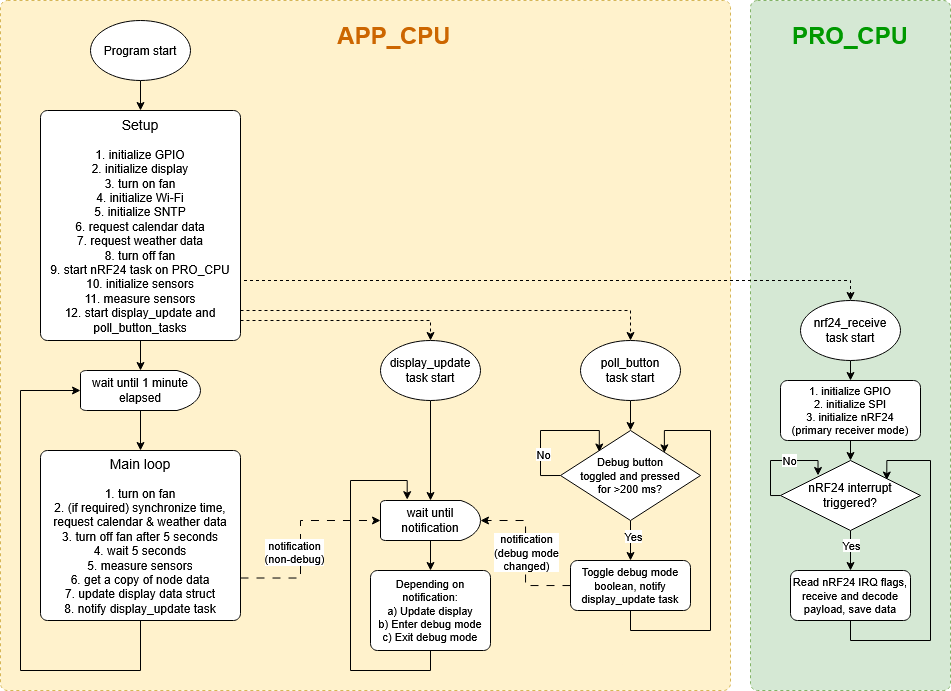
Before: docs/images/HAMS_hub_FW_flowchart.png, a diagram exported from draw.io (JakubFranek/Home-Air-Monitoring-System). Source tidied: cells renumbered, new cells last; positions are measured from the earlier drawing's top-left corner, leaving out a move shared by most shapes.
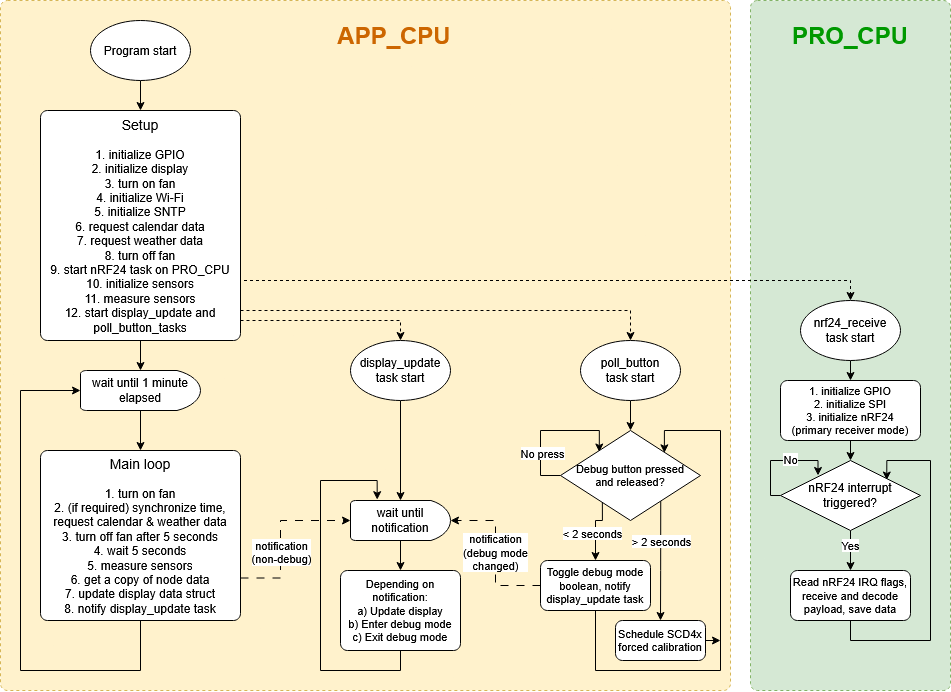
The same file after the commit.

Diff of the diagram source:
```diff
@@ -39,7 +39,7 @@
       <mxGeometry relative="1" as="geometry">
         <mxPoint x="240" y="320" as="sourcePoint" />
         <Array as="points">
-          <mxPoint x="430" y="320" />
+          <mxPoint x="400" y="320" />
         </Array>
       </mxGeometry>
     </mxCell>
@@ -47,7 +47,7 @@
       <mxGeometry relative="1" as="geometry" />
     </mxCell>
     <mxCell id="12" value="display_update task start" style="strokeWidth=1;html=1;shape=mxgraph.flowchart.start_1;whiteSpace=wrap;" parent="1" vertex="1">
-      <mxGeometry x="380" y="340" width="100" height="60" as="geometry" />
+      <mxGeometry x="350" y="340" width="100" height="60" as="geometry" />
     </mxCell>
     <mxCell id="13" style="edgeStyle=orthogonalEdgeStyle;rounded=0;jettySize=auto;html=1;entryX=0.5;entryY=0;entryDx=0;entryDy=0;entryPerimeter=0;exitX=0.5;exitY=1;exitDx=0;exitDy=0;exitPerimeter=0;" parent="1" edge="1" source="14" target="29">
       <mxGeometry relative="1" as="geometry" />
@@ -79,14 +79,14 @@
     <mxCell id="20" style="edgeStyle=orthogonalEdgeStyle;rounded=0;jettySize=auto;html=1;dashed=1;dashPattern=8 8;entryX=0;entryY=0.5;entryDx=0;entryDy=0;entryPerimeter=0;exitX=1;exitY=0.75;exitDx=0;exitDy=0;" parent="1" edge="1" source="22" target="24">
       <mxGeometry relative="1" as="geometry">
         <Array as="points">
-          <mxPoint x="300" y="578" />
-          <mxPoint x="300" y="520" />
+          <mxPoint x="280" y="578" />
+          <mxPoint x="280" y="520" />
         </Array>
       </mxGeometry>
     </mxCell>
     <mxCell id="21" value="notification&lt;br&gt;(non-debug)" style="edgeLabel;html=1;align=center;verticalAlign=middle;" parent="20" vertex="1">
       <mxGeometry x="0.17" y="-3" relative="1" as="geometry">
-        <mxPoint x="-10" y="29" as="offset" />
+        <mxPoint y="29" as="offset" />
       </mxGeometry>
     </mxCell>
     <mxCell id="22" value="&lt;div&gt;&lt;font style=&quot;font-size: 14px;&quot;&gt;Main loop&lt;/font&gt;&lt;br&gt;&lt;br&gt;1. turn on fan&lt;/div&gt;&lt;div&gt;2. (if required) synchronize time, request calendar &amp;amp; weather data&lt;br&gt;3. turn off fan after 5 seconds&lt;/div&gt;&lt;div&gt;4. wait 5 seconds&lt;/div&gt;&lt;div&gt;5. measure sensors&lt;/div&gt;&lt;div&gt;6. get a copy of node data&lt;/div&gt;&lt;div&gt;7. update display data struct&lt;/div&gt;&lt;div&gt;8. notify display_update task&lt;/div&gt;" style="rounded=1;whiteSpace=wrap;html=1;absoluteArcSize=1;arcSize=14;strokeWidth=1;" parent="1" vertex="1">
@@ -96,7 +96,7 @@
       <mxGeometry relative="1" as="geometry" />
     </mxCell>
     <mxCell id="24" value="wait until notification" style="strokeWidth=1;html=1;shape=mxgraph.flowchart.delay;whiteSpace=wrap;" parent="1" vertex="1">
-      <mxGeometry x="380" y="500" width="100" height="40" as="geometry" />
+      <mxGeometry x="350" y="500" width="100" height="40" as="geometry" />
     </mxCell>
     <mxCell id="25" style="edgeStyle=orthogonalEdgeStyle;rounded=0;orthogonalLoop=1;jettySize=auto;html=1;exitX=0;exitY=0.5;exitDx=0;exitDy=0;exitPerimeter=0;entryX=0.277;entryY=0.239;entryDx=0;entryDy=0;entryPerimeter=0;" parent="1" edge="1" source="29" target="29">
       <mxGeometry relative="1" as="geometry">
@@ -107,18 +107,31 @@
         </Array>
       </mxGeometry>
     </mxCell>
-    <mxCell id="26" value="No" style="edgeLabel;html=1;align=center;verticalAlign=middle;" parent="25" vertex="1">
+    <mxCell id="26" value="No press" style="edgeLabel;html=1;align=center;verticalAlign=middle;" parent="25" vertex="1">
       <mxGeometry x="-0.18" y="-2" relative="1" as="geometry">
         <mxPoint y="18" as="offset" />
       </mxGeometry>
     </mxCell>
-    <mxCell id="27" style="edgeStyle=orthogonalEdgeStyle;rounded=0;jettySize=auto;html=1;entryX=0.5;entryY=0;entryDx=0;entryDy=0;" parent="1" edge="1" source="29" target="33">
-      <mxGeometry relative="1" as="geometry" />
+    <mxCell id="27" style="edgeStyle=orthogonalEdgeStyle;rounded=0;jettySize=auto;html=1;entryX=0.5;entryY=0;entryDx=0;entryDy=0;exitX=0.299;exitY=0.789;exitDx=0;exitDy=0;exitPerimeter=0;" parent="1" edge="1" source="29" target="33">
+      <mxGeometry relative="1" as="geometry">
+        <Array as="points">
+          <mxPoint x="602" y="520" />
+          <mxPoint x="595" y="520" />
+        </Array>
+      </mxGeometry>
     </mxCell>
-    <mxCell id="28" value="Yes" style="edgeLabel;html=1;align=center;verticalAlign=middle;" parent="27" vertex="1">
-      <mxGeometry x="-0.22" y="2" relative="1" as="geometry" />
+    <mxCell id="28" value="&amp;lt; 2 seconds" style="edgeLabel;html=1;align=center;verticalAlign=middle;" parent="27" vertex="1">
+      <mxGeometry x="-0.22" y="2" relative="1" as="geometry">
+        <mxPoint x="-5" y="13" as="offset" />
+      </mxGeometry>
     </mxCell>
+    <mxCell id="47" style="edgeStyle=orthogonalEdgeStyle;rounded=0;jettySize=auto;html=1;exitX=0.716;exitY=0.78;exitDx=0;exitDy=0;exitPerimeter=0;entryX=0.5;entryY=0;entryDx=0;entryDy=0;" parent="1" edge="1" source="29" target="50">
+      <mxGeometry relative="1" as="geometry" />
+    </mxCell>
+    <mxCell id="48" value="&amp;gt; 2 seconds" style="edgeLabel;html=1;align=center;verticalAlign=middle;" parent="47" vertex="1">
+      <mxGeometry x="-0.34" relative="1" as="geometry" />
+    </mxCell>
-    <mxCell id="29" value="Debug button&lt;br&gt;toggled and pressed&lt;br&gt;for &amp;gt;200 ms?" style="strokeWidth=1;html=1;shape=mxgraph.flowchart.decision;whiteSpace=wrap;fontSize=11;" parent="1" vertex="1">
+    <mxCell id="29" value="Debug button pressed&lt;br&gt;and released?" style="strokeWidth=1;html=1;shape=mxgraph.flowchart.decision;whiteSpace=wrap;fontSize=11;" parent="1" vertex="1">
       <mxGeometry x="560" y="430" width="140" height="90" as="geometry" />
     </mxCell>
     <mxCell id="30" style="edgeStyle=orthogonalEdgeStyle;rounded=0;jettySize=auto;html=1;entryX=1;entryY=0.5;entryDx=0;entryDy=0;entryPerimeter=0;dashed=1;dashPattern=8 8;" parent="1" edge="1" source="33" target="24">
@@ -130,28 +143,28 @@
     <mxCell id="32" style="edgeStyle=orthogonalEdgeStyle;rounded=0;jettySize=auto;html=1;exitX=0.5;exitY=1;exitDx=0;exitDy=0;entryX=0.742;entryY=0.248;entryDx=0;entryDy=0;entryPerimeter=0;" parent="1" edge="1" source="33" target="29">
       <mxGeometry relative="1" as="geometry">
         <Array as="points">
-          <mxPoint x="630" y="630" />
-          <mxPoint x="710" y="630" />
-          <mxPoint x="710" y="430" />
+          <mxPoint x="595" y="670" />
+          <mxPoint x="720" y="670" />
+          <mxPoint x="720" y="430" />
           <mxPoint x="664" y="430" />
         </Array>
       </mxGeometry>
     </mxCell>
     <mxCell id="33" value="Toggle debug mode boolean, notify display_update task" style="rounded=1;whiteSpace=wrap;html=1;absoluteArcSize=1;arcSize=14;strokeWidth=1;fontSize=11;" parent="1" vertex="1">
-      <mxGeometry x="570" y="560" width="120" height="50" as="geometry" />
+      <mxGeometry x="540" y="560" width="110" height="50" as="geometry" />
     </mxCell>
     <mxCell id="34" style="edgeStyle=orthogonalEdgeStyle;rounded=0;jettySize=auto;html=1;exitX=0.5;exitY=1;exitDx=0;exitDy=0;entryX=0.267;entryY=-0.021;entryDx=0;entryDy=0;entryPerimeter=0;" parent="1" edge="1" source="35" target="24">
       <mxGeometry relative="1" as="geometry">
         <Array as="points">
-          <mxPoint x="430" y="670" />
-          <mxPoint x="350" y="670" />
-          <mxPoint x="350" y="480" />
-          <mxPoint x="407" y="480" />
+          <mxPoint x="400" y="670" />
+          <mxPoint x="320" y="670" />
+          <mxPoint x="320" y="480" />
+          <mxPoint x="377" y="480" />
         </Array>
       </mxGeometry>
     </mxCell>
     <mxCell id="35" value="Depending on notification:&lt;br&gt;a) Update display&lt;br&gt;b) Enter debug mode&lt;br&gt;c) Exit debug mode" style="rounded=1;whiteSpace=wrap;html=1;absoluteArcSize=1;arcSize=14;strokeWidth=1;fontSize=11;" parent="1" vertex="1">
-      <mxGeometry x="370" y="570" width="120" height="80" as="geometry" />
+      <mxGeometry x="340" y="570" width="120" height="80" as="geometry" />
     </mxCell>
     <mxCell id="36" value="&lt;b&gt;&lt;font style=&quot;font-size: 24px; color: rgb(204, 102, 0);&quot;&gt;APP_CPU&lt;/font&gt;&lt;/b&gt;" style="text;html=1;align=center;verticalAlign=middle;whiteSpace=wrap;rounded=0;" parent="1" vertex="1">
       <mxGeometry x="364" y="20" width="60" height="30" as="geometry" />
@@ -201,5 +214,16 @@
     <mxCell id="46" value="Read nRF24 IRQ flags, receive and decode payload, save data" style="rounded=1;whiteSpace=wrap;html=1;absoluteArcSize=1;arcSize=14;strokeWidth=1;fontSize=11;" parent="1" vertex="1">
       <mxGeometry x="790" y="570" width="120" height="50" as="geometry" />
     </mxCell>
+    <mxCell id="49" style="edgeStyle=orthogonalEdgeStyle;rounded=0;jettySize=auto;html=1;" parent="1" edge="1" source="50">
+      <mxGeometry relative="1" as="geometry">
+        <mxPoint x="720" y="640" as="targetPoint" />
+        <Array as="points">
+          <mxPoint x="720" y="640" />
+        </Array>
+      </mxGeometry>
+    </mxCell>
+    <mxCell id="50" value="Schedule SCD4x&lt;br&gt;forced calibration" style="rounded=1;whiteSpace=wrap;html=1;absoluteArcSize=1;arcSize=14;strokeWidth=1;fontSize=11;" parent="1" vertex="1">
+      <mxGeometry x="615" y="620" width="90" height="40" as="geometry" />
+    </mxCell>
   </root>
 </mxGraphModel>
```
